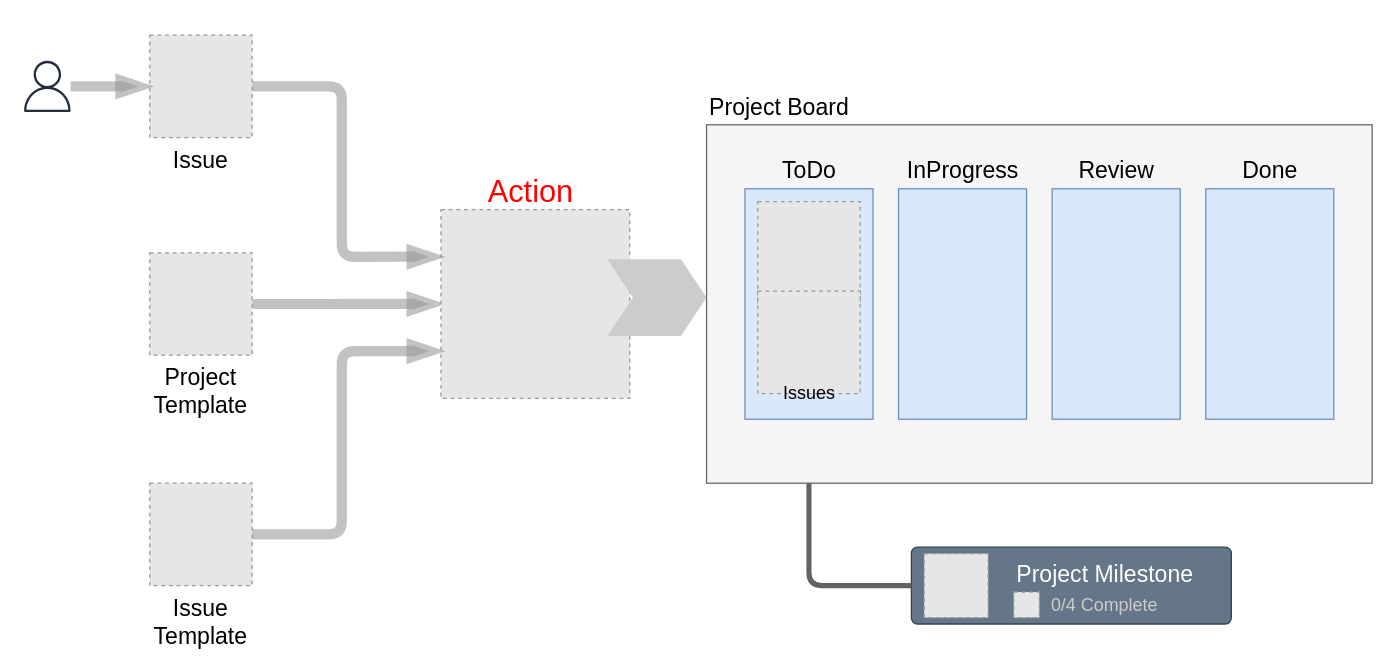
The draw.io diagram docs/images/pb-action.drawio in jefeish/project-template-action, before the edit. Source tidied: cells renumbered, new cells numbered last; positions are measured from the earlier drawing's top-left corner, leaving out a move shared by most shapes. Both pictures are drawn from the tidied source at 128%, with x=0, y=0 at pixel (20, 35). Pictures stored in the file or linked from it are replaced by grey dashed boxes.
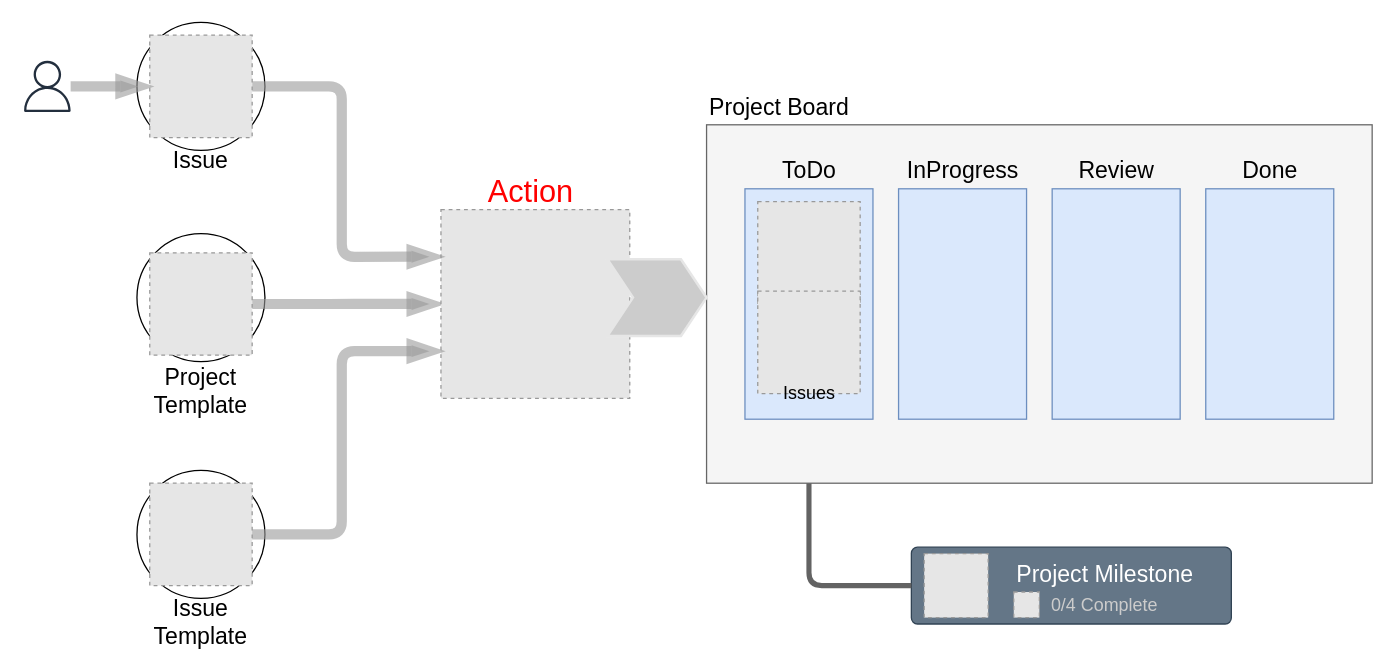
Above is the later version.

The edit, as a diff of the source:
```diff
@@
+    <mxCell id="28" style="ellipse;whiteSpace=wrap;html=1;" parent="1" vertex="1">
+      <mxGeometry x="340.8" y="146" width="115" height="115" as="geometry" />
+    </mxCell>
+    <mxCell id="29" style="ellipse;whiteSpace=wrap;html=1;" parent="1" vertex="1">
+      <mxGeometry x="90.5" y="155" width="100" height="100" as="geometry" />
+    </mxCell>
+    <mxCell id="30" style="ellipse;whiteSpace=wrap;html=1;" parent="1" vertex="1">
+      <mxGeometry x="90.5" y="340" width="100" height="100" as="geometry" />
+    </mxCell>
+    <mxCell id="31" style="ellipse;whiteSpace=wrap;html=1;" parent="1" vertex="1">
+      <mxGeometry x="90.5" y="-10" width="100" height="100" as="geometry" />
+    </mxCell>
@@
-    <mxCell id="27" style="shape=step;perimeter=stepPerimeter;whiteSpace=wrap;html=1;fixedSize=1;fontSize=24;fontColor=#FF0000;size=20;strokeColor=none;fillColor=#CCCCCC;" parent="1" vertex="1">
+    <mxCell id="27" style="shape=step;perimeter=stepPerimeter;whiteSpace=wrap;html=1;fixedSize=1;fontSize=24;fontColor=#FF0000;size=20;fillColor=#CCCCCC;strokeColor=#E6E6E6;strokeWidth=2;" parent="1" vertex="1">
       <mxGeometry x="458" y="175" width="77.5" height="60" as="geometry" />
     </mxCell>
```
